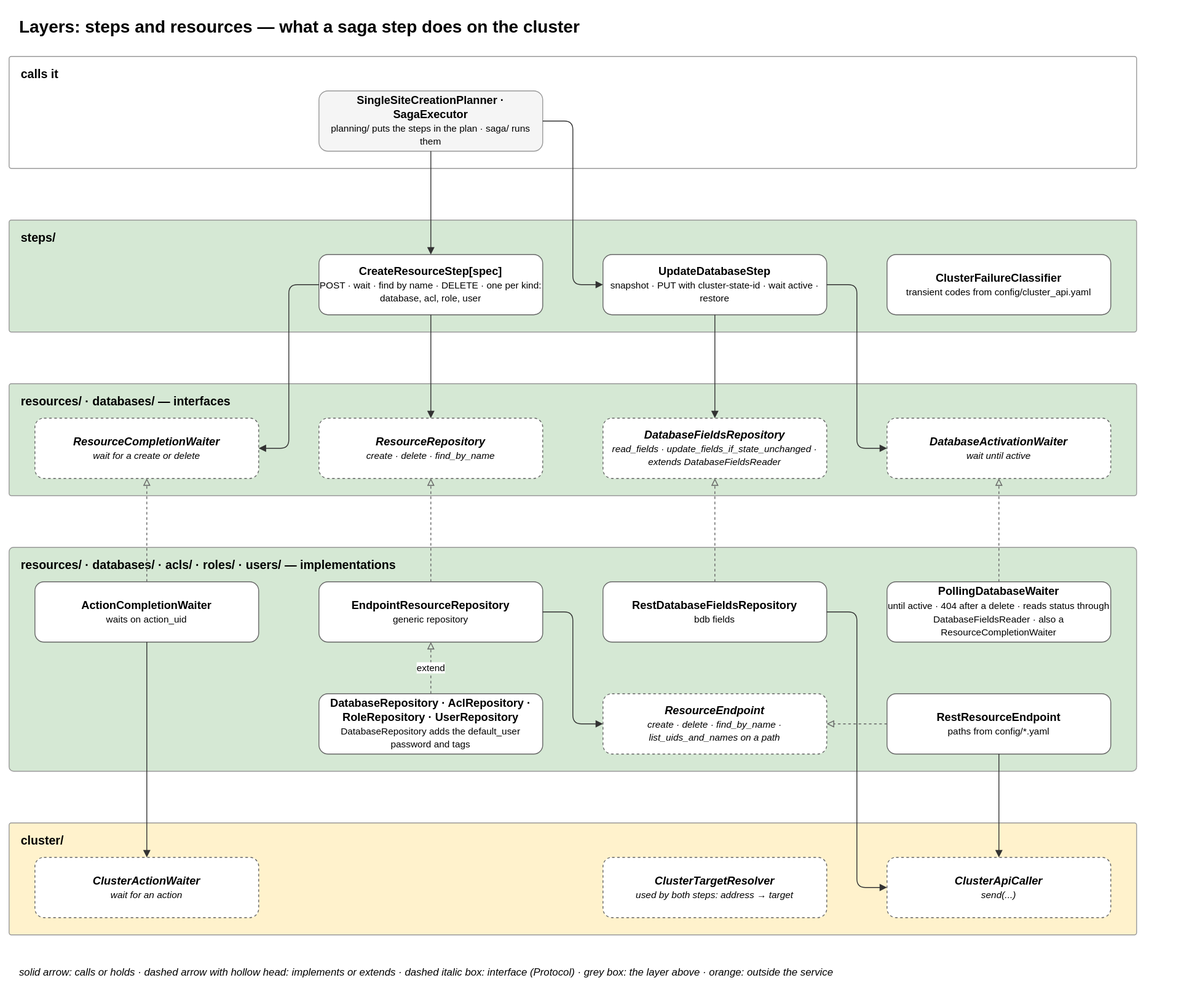
Above: docs/diagrams/07-layer-steps-resources.drawio.svg in EliShteinman/redis-enterprise-services (draw.io), before the change. Source tidied: cells renumbered, new cells last; positions are measured from the earlier drawing's top-left corner, leaving out a move shared by most shapes.
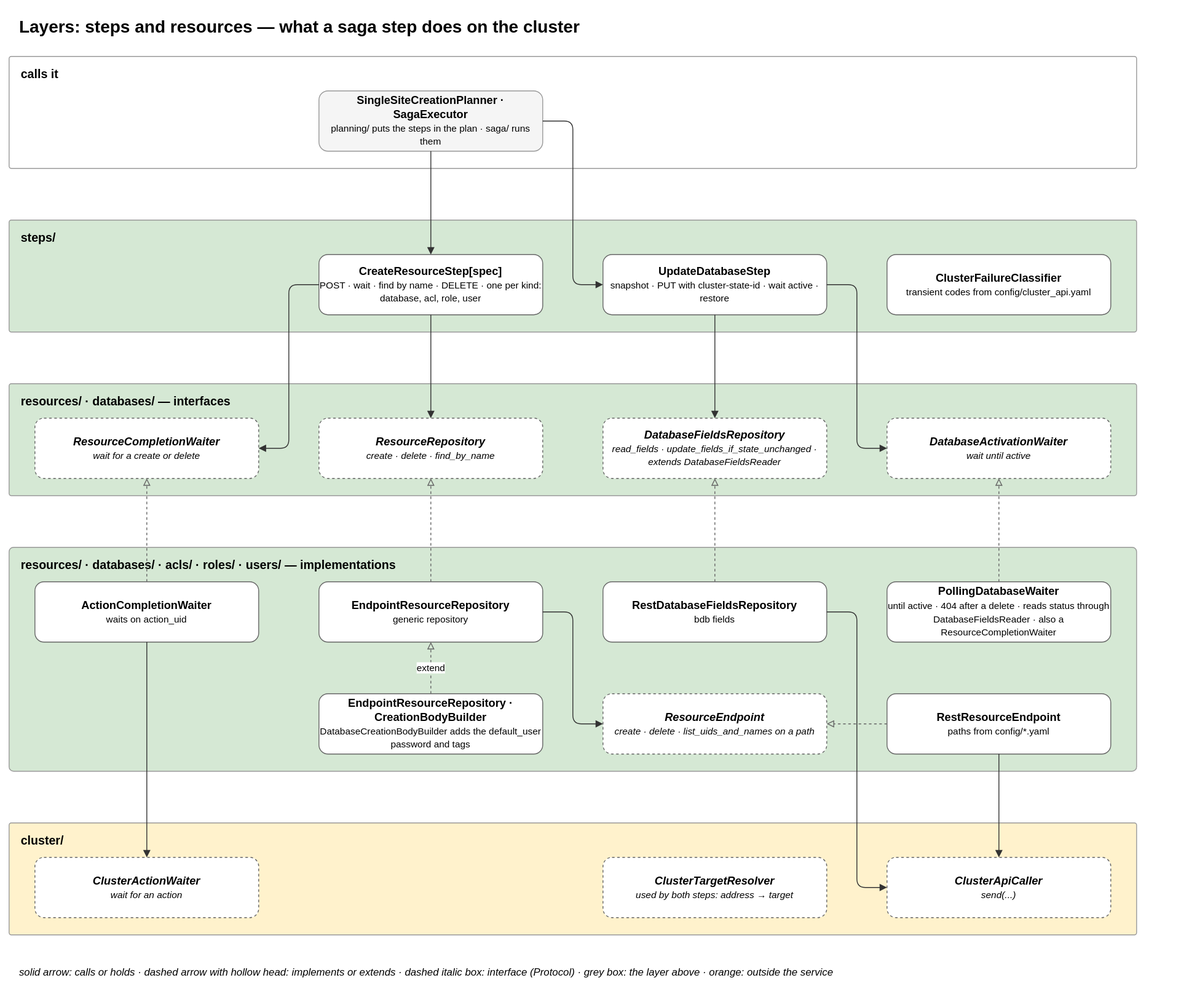
The same file after the commit.

Commit message:
docs: resource repositories take a creation body builder; the endpoint only lists

Diff of the diagram source:
```diff
@@ -53,10 +53,10 @@
     <mxCell id="18" value="&lt;b&gt;PollingDatabaseWaiter&lt;/b&gt;&lt;br&gt;&lt;font style='font-size:11px'&gt;until active · 404 after a delete · reads status through DatabaseFieldsReader · also a ResourceCompletionWaiter&lt;/font&gt;" style="rounded=1;whiteSpace=wrap;html=1;fillColor=#ffffff;strokeColor=#666666;fontSize=13;" parent="1" vertex="1">
       <mxGeometry x="1020" y="665" width="260" height="70" as="geometry" />
     </mxCell>
-    <mxCell id="19" value="&lt;b&gt;DatabaseRepository · AclRepository · RoleRepository · UserRepository&lt;/b&gt;&lt;br&gt;&lt;font style='font-size:11px'&gt;DatabaseRepository adds the default_user password and tags&lt;/font&gt;" style="rounded=1;whiteSpace=wrap;html=1;fillColor=#ffffff;strokeColor=#666666;fontSize=13;" parent="1" vertex="1">
+    <mxCell id="19" value="&lt;b&gt;EndpointResourceRepository · CreationBodyBuilder&lt;/b&gt;&lt;br&gt;&lt;font style='font-size:11px'&gt;DatabaseCreationBodyBuilder adds the default_user password and tags&lt;/font&gt;" style="rounded=1;whiteSpace=wrap;html=1;fillColor=#ffffff;strokeColor=#666666;fontSize=13;" parent="1" vertex="1">
       <mxGeometry x="360" y="795" width="260" height="70" as="geometry" />
     </mxCell>
-    <mxCell id="20" value="&lt;b&gt;ResourceEndpoint&lt;/b&gt;&lt;br&gt;&lt;font style='font-size:11px'&gt;create · delete · find_by_name · list_uids_and_names on a path&lt;/font&gt;" style="rounded=1;whiteSpace=wrap;html=1;fillColor=#ffffff;strokeColor=#666666;fontSize=13;dashed=1;fontStyle=2;" parent="1" vertex="1">
+    <mxCell id="20" value="&lt;b&gt;ResourceEndpoint&lt;/b&gt;&lt;br&gt;&lt;font style='font-size:11px'&gt;create · delete · list_uids_and_names on a path&lt;/font&gt;" style="rounded=1;whiteSpace=wrap;html=1;fillColor=#ffffff;strokeColor=#666666;fontSize=13;dashed=1;fontStyle=2;" parent="1" vertex="1">
       <mxGeometry x="690" y="795" width="260" height="70" as="geometry" />
     </mxCell>
     <mxCell id="21" value="&lt;b&gt;RestResourceEndpoint&lt;/b&gt;&lt;br&gt;&lt;font style='font-size:11px'&gt;paths from config/*.yaml&lt;/font&gt;" style="rounded=1;whiteSpace=wrap;html=1;fillColor=#ffffff;strokeColor=#666666;fontSize=13;" parent="1" vertex="1">
```
